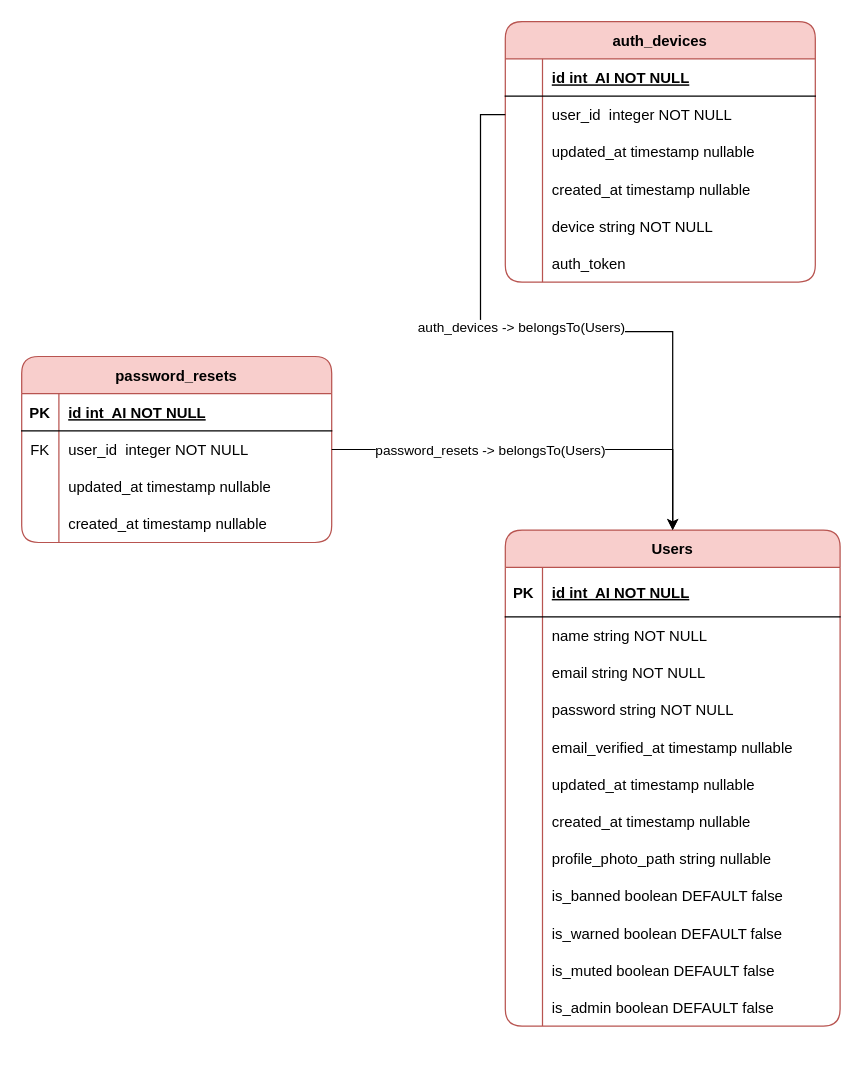
Before: page "Users" (1 of 9) of devStorage/DatabaseModel.drawio in AndrewVozniak/WorldPath, a draw.io diagram. Source tidied: cells renumbered, new cells numbered last; positions are measured from the earlier drawing's top-left corner, leaving out a move shared by most shapes. Both pictures are drawn from the tidied source at 124%, with x=0, y=0 at pixel (21, 21).
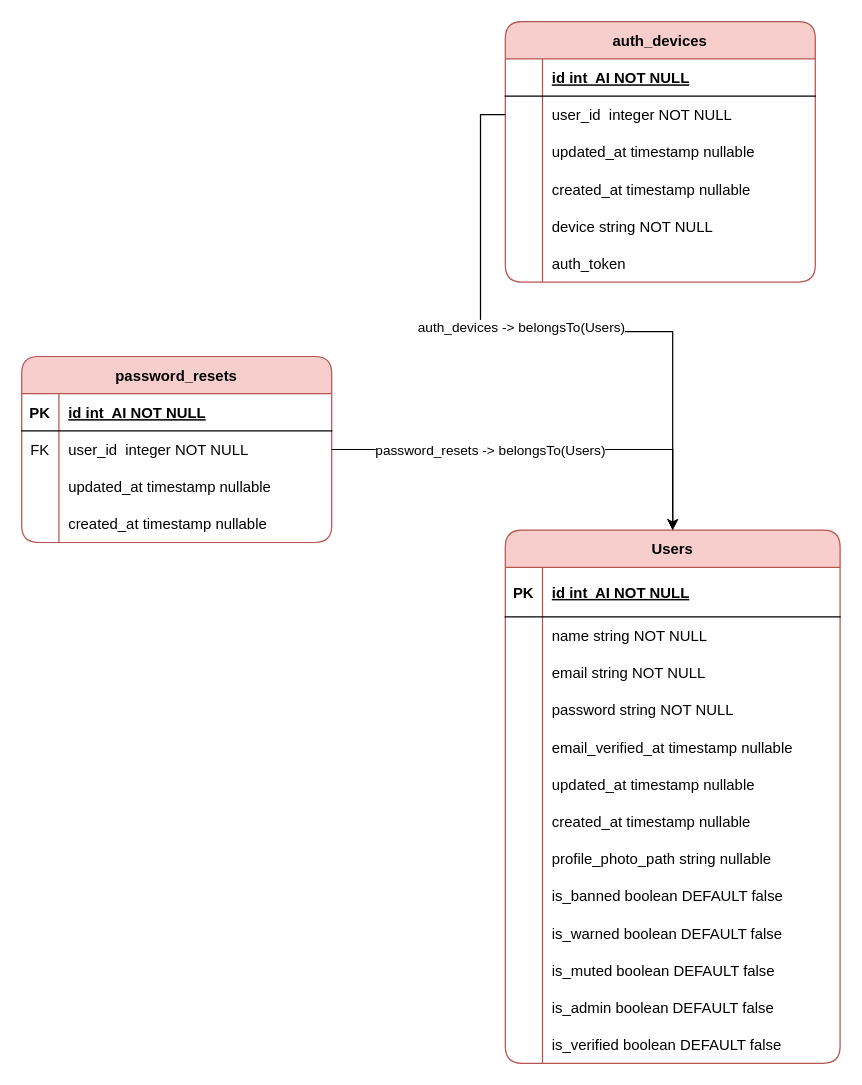
The same page after the edit.

Change to the diagram source:
```diff
@@
     <mxCell id="2" value="Users" style="shape=table;startSize=30;childLayout=tableLayout;rowLines=0;fontStyle=1;align=center;fillColor=#f8cecc;strokeColor=#b85450;rounded=1;" parent="1" vertex="1">
-      <mxGeometry x="390" y="410" width="270" height="400" as="geometry" />
+      <mxGeometry x="390" y="410" width="270" height="430" as="geometry" />
     </mxCell>
@@
+    <mxCell id="75" style="shape=partialRectangle;fillColor=none;top=0;left=0;right=0;bottom=0;" parent="2" vertex="1">
+      <mxGeometry y="400" width="270" height="30" as="geometry" />
+    </mxCell>
+    <mxCell id="76" style="shape=partialRectangle;overflow=hidden;fillColor=none;top=0;left=0;bottom=0;right=0;" parent="75" vertex="1">
+      <mxGeometry width="30" height="30" as="geometry" />
+    </mxCell>
+    <mxCell id="77" value="is_verified boolean DEFAULT false" style="shape=partialRectangle;overflow=hidden;fillColor=none;top=0;left=0;bottom=0;right=0;align=left;spacingLeft=6;" parent="75" vertex="1">
+      <mxGeometry x="30" width="240" height="30" as="geometry" />
+    </mxCell>
```
